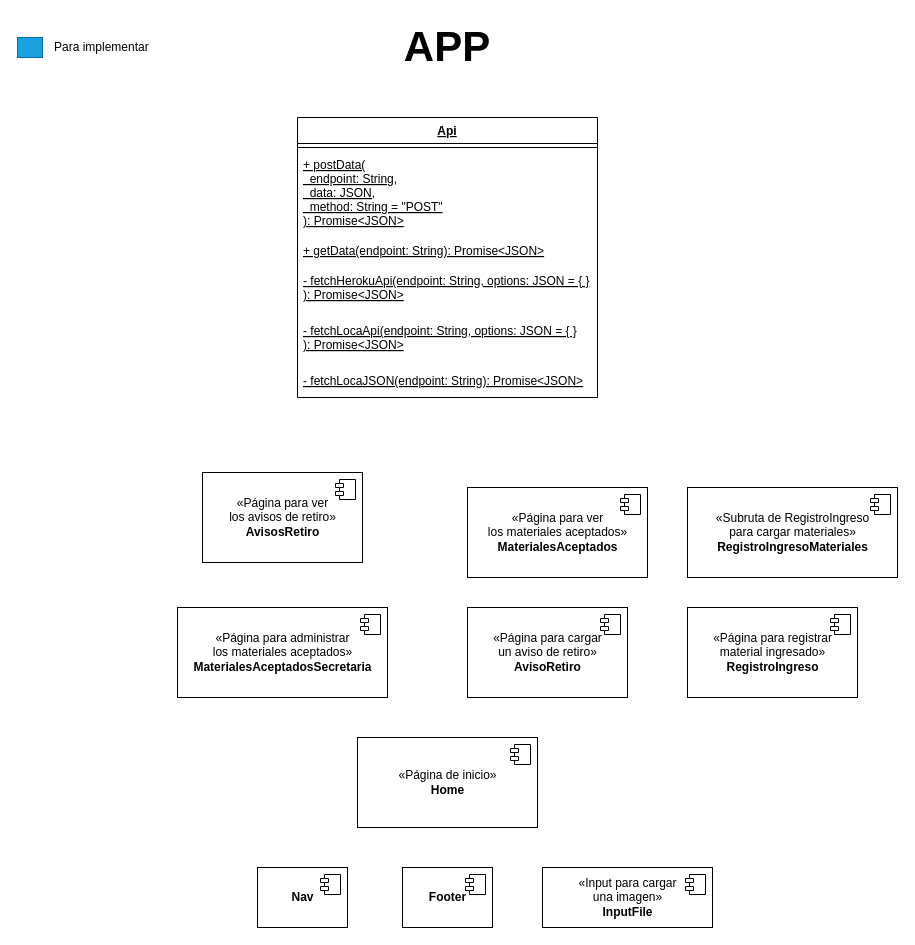
This is page "APP" (2 of 9) of Artefactos/Diagramas/diagrama-clases.drawio from Evynith/Entregable-Metodologias, a draw.io file, before an edit. Source tidied: cells renumbered, new cells numbered last; positions are measured from the earlier drawing's top-left corner, leaving out a move shared by most shapes. Both pictures are drawn from the tidied source at 100%, with x=0, y=0 at pixel (17, 17).
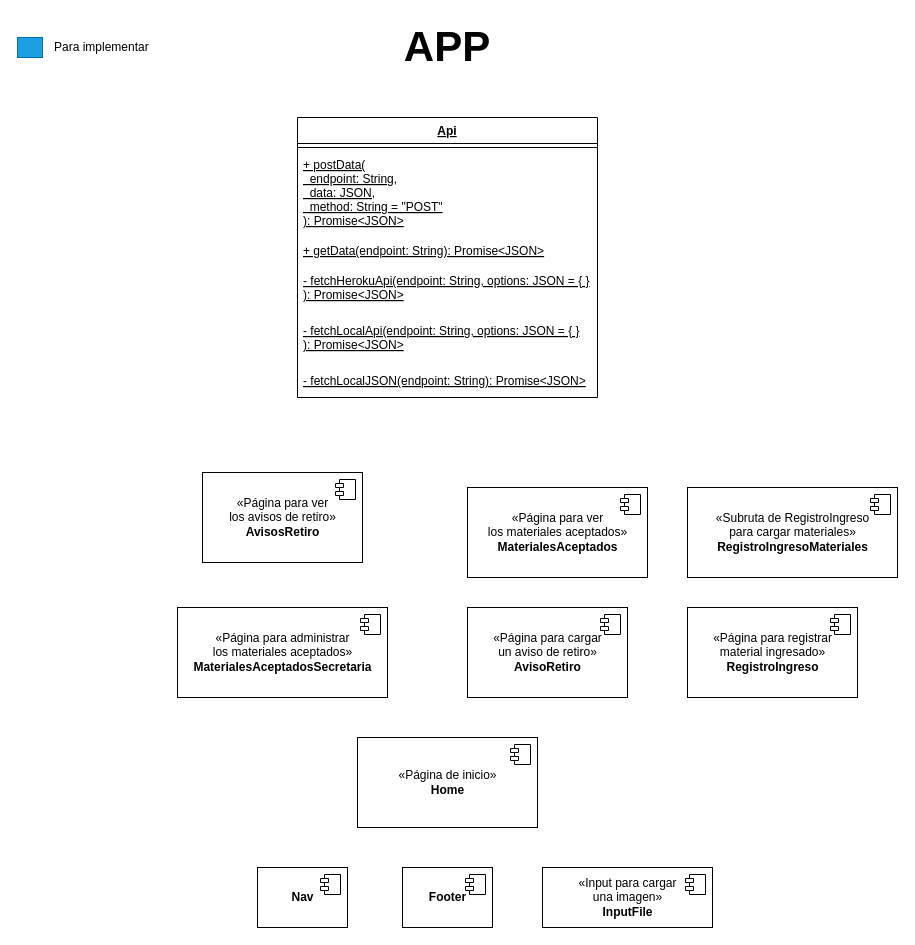
Above is the later version.

The change refers to these unchanged cells:
```xml
<mxCell id="25" value="Api" style="swimlane;fontStyle=5;align=center;verticalAlign=top;horizontal=1;startSize=26;fontSize=12;fontColor=#000000;strokeColor=#000000;fillColor=#ffffff;" parent="1" vertex="1">
  <mxGeometry x="280" y="100" width="300" height="280" as="geometry" />
</mxCell>
```

What changed in the source:
```diff
@@
-    <mxCell id="30" value="- fetchLocaApi(endpoint: String, options: JSON = { }&#10;): Promise&lt;JSON&gt;" style="text;strokeColor=none;fillColor=none;align=left;verticalAlign=top;spacingLeft=4;spacingRight=4;overflow=hidden;fontStyle=4;" parent="25" vertex="1">
+    <mxCell id="30" value="- fetchLocalApi(endpoint: String, options: JSON = { }&#10;): Promise&lt;JSON&gt;" style="text;strokeColor=none;fillColor=none;align=left;verticalAlign=top;spacingLeft=4;spacingRight=4;overflow=hidden;fontStyle=4;" parent="25" vertex="1">
       <mxGeometry y="200" width="300" height="50" as="geometry" />
     </mxCell>
-    <mxCell id="31" value="- fetchLocaJSON(endpoint: String): Promise&lt;JSON&gt;" style="text;strokeColor=none;fillColor=none;align=left;verticalAlign=top;spacingLeft=4;spacingRight=4;overflow=hidden;fontStyle=4;" parent="25" vertex="1">
+    <mxCell id="31" value="- fetchLocalJSON(endpoint: String): Promise&lt;JSON&gt;" style="text;strokeColor=none;fillColor=none;align=left;verticalAlign=top;spacingLeft=4;spacingRight=4;overflow=hidden;fontStyle=4;" parent="25" vertex="1">
       <mxGeometry y="250" width="300" height="30" as="geometry" />
     </mxCell>
```
